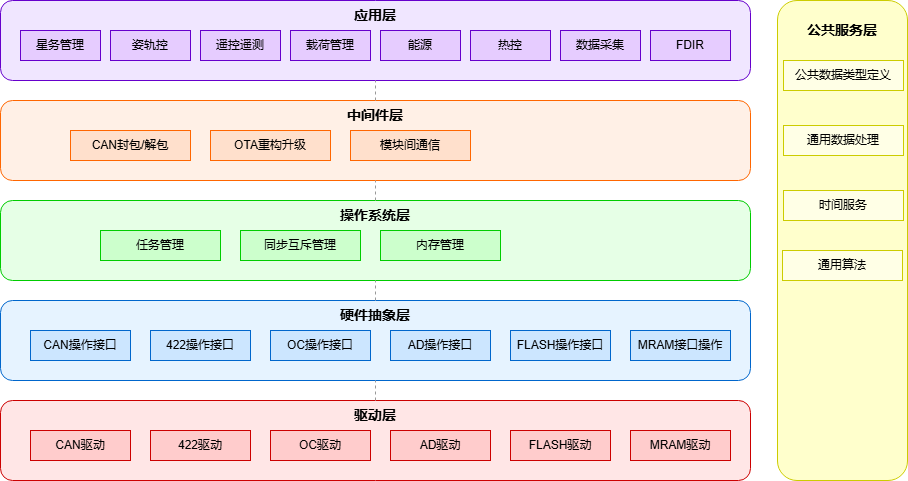
Before: 星务软件架构.drawio.png, a diagram exported from draw.io (luoflyxidian/git_aaa). Source tidied: cells renumbered, new cells last; positions are measured from the earlier drawing's top-left corner, leaving out a move shared by most shapes.
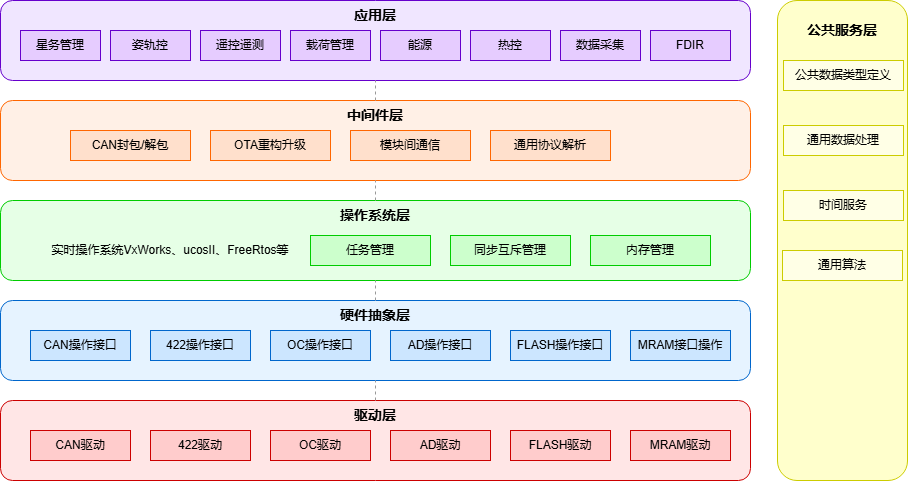
After the commit.

Commit message:
更新星务软件架构.drawio.png

What changed in the source:
```diff
@@ -42,13 +42,13 @@
       <mxGeometry y="200" width="750" height="80" as="geometry" />
     </mxCell>
     <mxCell id="15" value="任务管理" style="rounded=0;whiteSpace=wrap;html=1;fillColor=#CCFFCC;strokeColor=#00CC00;" parent="1" vertex="1">
-      <mxGeometry x="100" y="230" width="120" height="30" as="geometry" />
+      <mxGeometry x="310" y="235" width="120" height="30" as="geometry" />
     </mxCell>
     <mxCell id="16" value="同步互斥管理" style="rounded=0;whiteSpace=wrap;html=1;fillColor=#CCFFCC;strokeColor=#00CC00;" parent="1" vertex="1">
-      <mxGeometry x="240" y="230" width="120" height="30" as="geometry" />
+      <mxGeometry x="450" y="235" width="120" height="30" as="geometry" />
     </mxCell>
     <mxCell id="17" value="内存管理" style="rounded=0;whiteSpace=wrap;html=1;fillColor=#CCFFCC;strokeColor=#00CC00;" parent="1" vertex="1">
-      <mxGeometry x="380" y="230" width="120" height="30" as="geometry" />
+      <mxGeometry x="590" y="235" width="120" height="30" as="geometry" />
     </mxCell>
     <mxCell id="18" value="中间件层&lt;div&gt;&lt;br&gt;&lt;/div&gt;&lt;div&gt;&lt;br&gt;&lt;/div&gt;&lt;div&gt;&lt;br&gt;&lt;/div&gt;" style="rounded=1;whiteSpace=wrap;html=1;fillColor=#FFF0E6;strokeColor=#FF6600;fontSize=14;fontStyle=1;" parent="1" vertex="1">
       <mxGeometry y="100" width="750" height="80" as="geometry" />
@@ -122,5 +122,11 @@
     <mxCell id="41" value="MRAM驱动" style="rounded=0;whiteSpace=wrap;html=1;fillColor=#FFCCCC;strokeColor=#CC0000;" parent="1" vertex="1">
       <mxGeometry x="630" y="430" width="100" height="30" as="geometry" />
     </mxCell>
+    <mxCell id="42" value="实时操作系统VxWorks、ucosII、FreeRtos等" style="text;html=1;whiteSpace=wrap;strokeColor=none;fillColor=none;align=center;verticalAlign=middle;rounded=0;" parent="1" vertex="1">
+      <mxGeometry x="50" y="235" width="240" height="30" as="geometry" />
+    </mxCell>
+    <mxCell id="43" value="通用协议解析" style="rounded=0;whiteSpace=wrap;html=1;fillColor=#FFE0CC;strokeColor=#FF6600;" parent="1" vertex="1">
+      <mxGeometry x="490" y="130" width="120" height="30" as="geometry" />
+    </mxCell>
   </root>
 </mxGraphModel>
```
